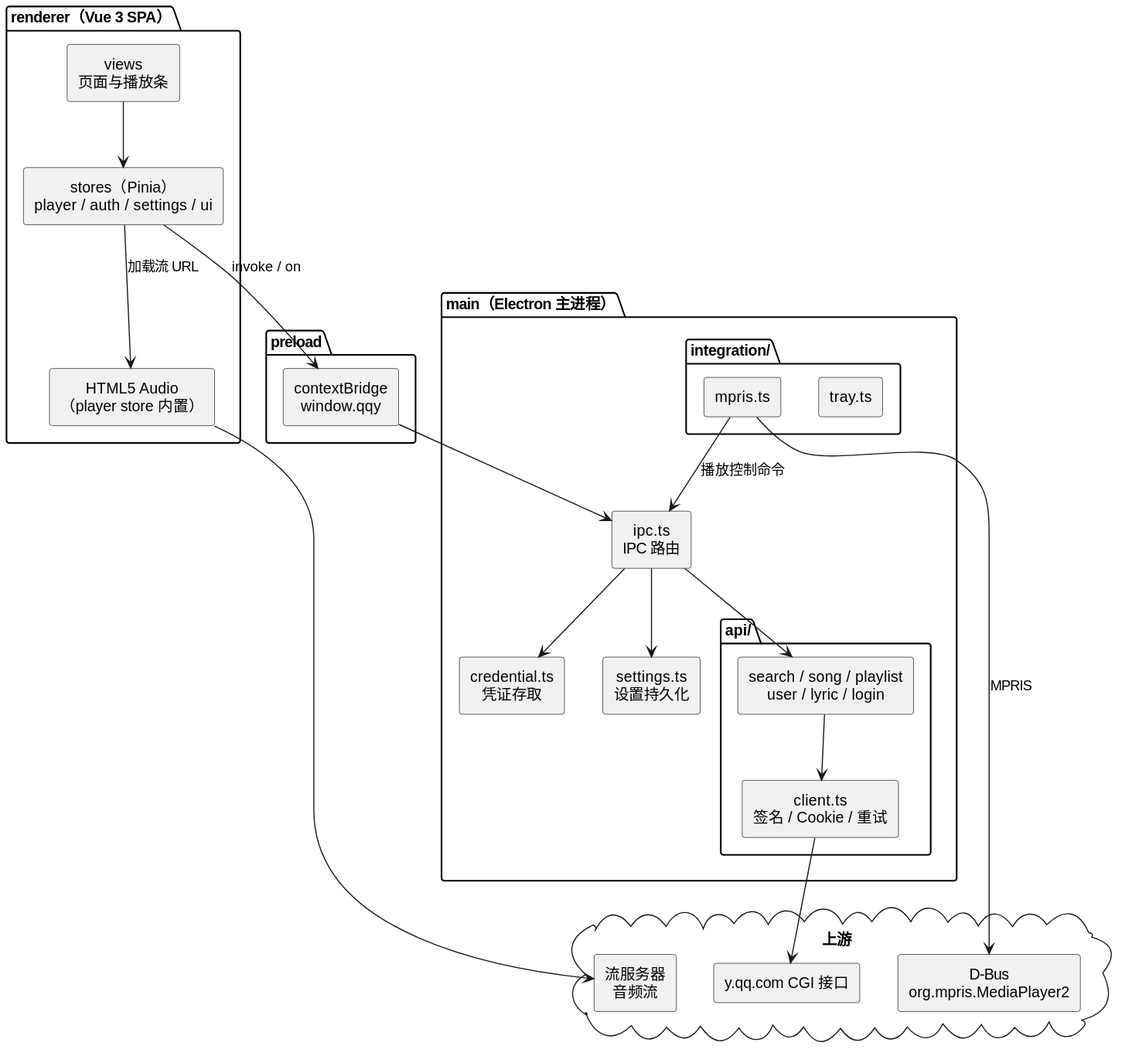
Before: diagram/general-architecture.svg, a diagram exported from PlantUML (54m43lJ/LycheePlayer).
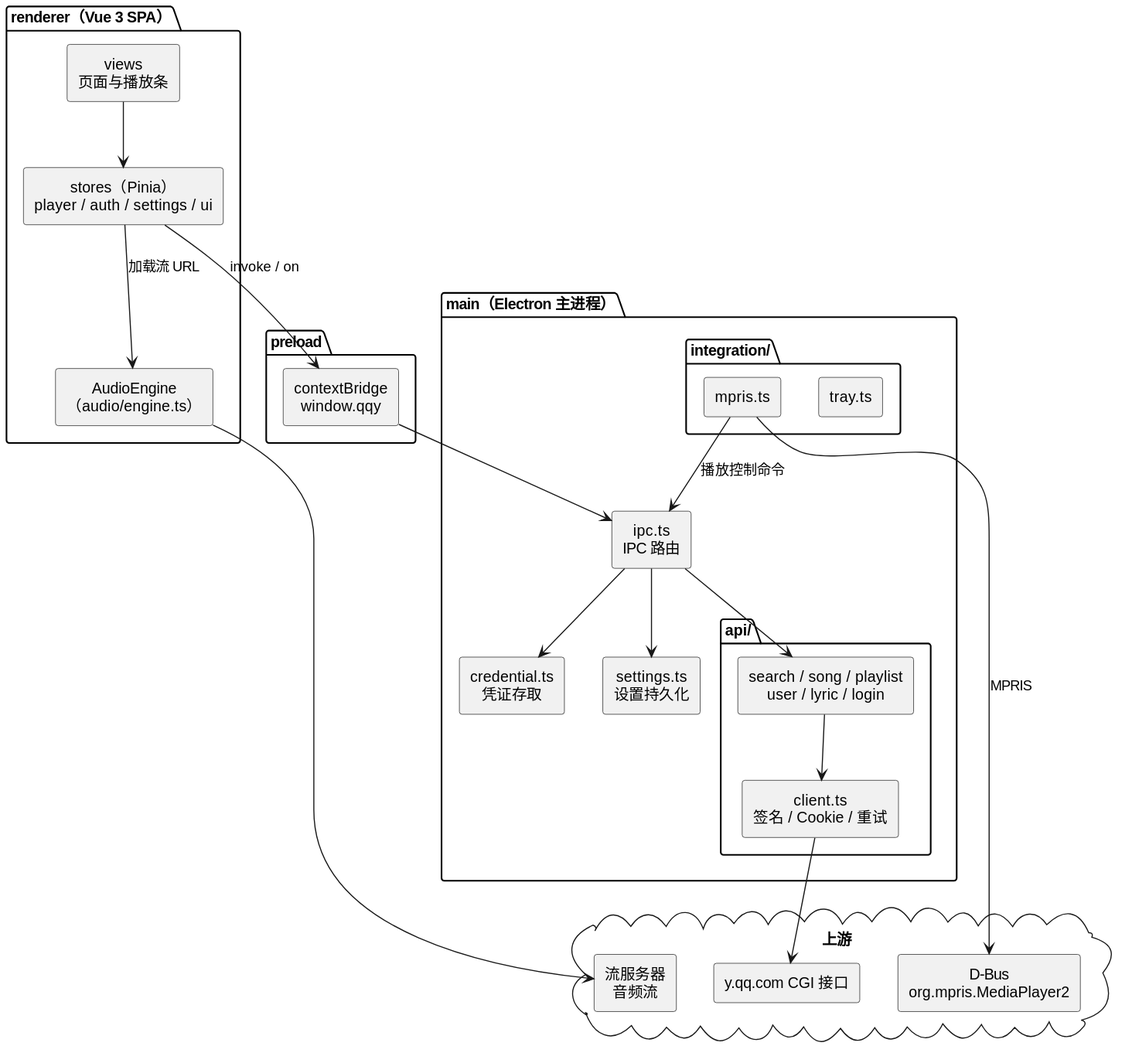
The same file after the commit.

Commit message:
refactor: 抽出 AudioEngine 模块（拍板 PENDING #12）

What changed in the source:
```diff
@@ -6,7 +6,7 @@
 package "renderer（Vue 3 SPA）" {
   [views\n页面与播放条] as V
   [stores（Pinia）\nplayer / auth / settings / ui] as ST
-  [HTML5 Audio\n（player store 内置）] as AU
+  [AudioEngine\n（audio/engine.ts）] as AU
 }
 
 package "preload" {
```
